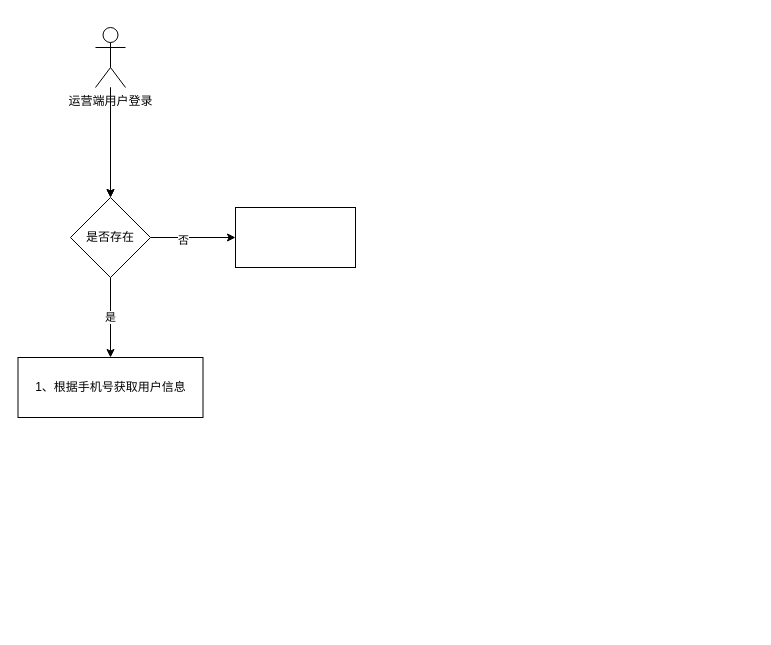
The draw.io diagram page "第 1 页" (1 of 2) of v-login.drawio in z-cloud-z/draw, before the edit. Source tidied: cells renumbered, new cells numbered last; positions are measured from the earlier drawing's top-left corner, leaving out a move shared by most shapes. Both pictures are drawn from the tidied source at 100%, with x=0, y=0 at pixel (17, 27).
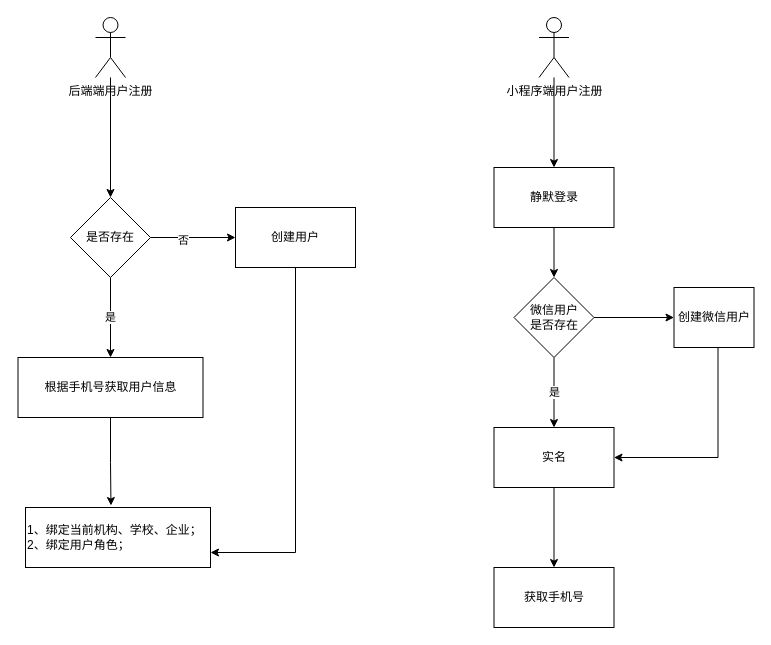
After the change.

Unchanged cells that the change refers to:
```xml
<mxCell id="8" value="是否存在" style="rhombus;whiteSpace=wrap;html=1;" parent="1" vertex="1">
  <mxGeometry x="53" y="170" width="80" height="80" as="geometry" />
</mxCell>
```

Change to the diagram source:
```diff
@@
-    <mxCell id="3" style="edgeStyle=orthogonalEdgeStyle;rounded=0;jettySize=auto;html=1;" parent="1" edge="1" source="4" target="8">
-      <mxGeometry relative="1" as="geometry" />
-    </mxCell>
-    <mxCell id="4" value="运营端用户登录" style="shape=umlActor;verticalLabelPosition=bottom;verticalAlign=top;html=1;outlineConnect=0;" parent="1" vertex="1">
-      <mxGeometry x="78" width="30" height="60" as="geometry" />
+    <mxCell id="4" value="后端端用户注册" style="shape=umlActor;verticalLabelPosition=bottom;verticalAlign=top;html=1;outlineConnect=0;" parent="1" vertex="1">
+      <mxGeometry x="78" y="-10" width="30" height="60" as="geometry" />
     </mxCell>
@@
+    <mxCell id="11" style="edgeStyle=orthogonalEdgeStyle;rounded=0;jettySize=auto;html=1;entryX=1;entryY=0.75;entryDx=0;entryDy=0;" parent="1" edge="1" source="9" target="13">
+      <mxGeometry relative="1" as="geometry">
+        <Array as="points">
+          <mxPoint x="278" y="525" />
+        </Array>
+      </mxGeometry>
+    </mxCell>
-    <mxCell id="9" style="rounded=0;whiteSpace=wrap;html=1;" parent="1" vertex="1">
+    <mxCell id="9" value="创建用户" style="rounded=0;whiteSpace=wrap;html=1;" parent="1" vertex="1">
       <mxGeometry x="218" y="180" width="120" height="60" as="geometry" />
     </mxCell>
+    <mxCell id="12" style="edgeStyle=orthogonalEdgeStyle;rounded=0;jettySize=auto;html=1;entryX=0.462;entryY=-0.033;entryDx=0;entryDy=0;entryPerimeter=0;" parent="1" edge="1" source="10" target="13">
+      <mxGeometry relative="1" as="geometry" />
+    </mxCell>
-    <mxCell id="10" value="1、根据手机号获取用户信息" style="rounded=0;whiteSpace=wrap;html=1;" parent="1" vertex="1">
+    <mxCell id="10" value="根据手机号获取用户信息" style="rounded=0;whiteSpace=wrap;html=1;align=center;" parent="1" vertex="1">
       <mxGeometry x="0.5" y="330" width="185" height="60" as="geometry" />
     </mxCell>
+    <mxCell id="13" value="1、绑定当前机构、学校、企业；&lt;br&gt;2、绑定用户角色；" style="rounded=0;whiteSpace=wrap;html=1;align=left;" parent="1" vertex="1">
+      <mxGeometry x="8" y="480" width="185" height="60" as="geometry" />
+    </mxCell>
+    <mxCell id="14" style="edgeStyle=orthogonalEdgeStyle;rounded=0;jettySize=auto;html=1;" parent="1" edge="1" source="15" target="17">
+      <mxGeometry relative="1" as="geometry" />
+    </mxCell>
+    <mxCell id="15" value="小程序端用户注册" style="shape=umlActor;verticalLabelPosition=bottom;verticalAlign=top;html=1;outlineConnect=0;" parent="1" vertex="1">
+      <mxGeometry x="521.5" y="-10" width="30" height="60" as="geometry" />
+    </mxCell>
+    <mxCell id="16" style="edgeStyle=orthogonalEdgeStyle;rounded=0;jettySize=auto;html=1;" parent="1" edge="1" source="17" target="20">
+      <mxGeometry relative="1" as="geometry" />
+    </mxCell>
+    <mxCell id="17" value="静默登录" style="rounded=0;whiteSpace=wrap;html=1;" parent="1" vertex="1">
+      <mxGeometry x="476.5" y="140" width="120" height="60" as="geometry" />
+    </mxCell>
+    <mxCell id="18" value="是" style="edgeStyle=orthogonalEdgeStyle;rounded=0;jettySize=auto;html=1;exitX=0.5;exitY=1;exitDx=0;exitDy=0;entryX=0.5;entryY=0;entryDx=0;entryDy=0;" parent="1" edge="1" source="20" target="22">
+      <mxGeometry relative="1" as="geometry" />
+    </mxCell>
+    <mxCell id="19" style="edgeStyle=orthogonalEdgeStyle;rounded=0;jettySize=auto;html=1;exitX=1;exitY=0.5;exitDx=0;exitDy=0;entryX=0;entryY=0.5;entryDx=0;entryDy=0;" parent="1" edge="1" source="20" target="24">
+      <mxGeometry relative="1" as="geometry" />
+    </mxCell>
+    <mxCell id="20" value="微信用户&lt;br&gt;是否存在" style="rhombus;whiteSpace=wrap;html=1;" parent="1" vertex="1">
+      <mxGeometry x="496.5" y="250" width="80" height="80" as="geometry" />
+    </mxCell>
+    <mxCell id="21" style="edgeStyle=orthogonalEdgeStyle;rounded=0;jettySize=auto;html=1;" parent="1" edge="1" source="22" target="25">
+      <mxGeometry relative="1" as="geometry" />
+    </mxCell>
+    <mxCell id="22" value="实名" style="rounded=0;whiteSpace=wrap;html=1;" parent="1" vertex="1">
+      <mxGeometry x="476.5" y="400" width="120" height="60" as="geometry" />
+    </mxCell>
+    <mxCell id="23" style="edgeStyle=orthogonalEdgeStyle;rounded=0;jettySize=auto;html=1;entryX=1;entryY=0.5;entryDx=0;entryDy=0;" parent="1" edge="1" source="24" target="22">
+      <mxGeometry relative="1" as="geometry">
+        <Array as="points">
+          <mxPoint x="700.5" y="430" />
+        </Array>
+      </mxGeometry>
+    </mxCell>
+    <mxCell id="24" value="创建微信用户" style="rounded=0;whiteSpace=wrap;html=1;" parent="1" vertex="1">
+      <mxGeometry x="656.5" y="260" width="80" height="60" as="geometry" />
+    </mxCell>
+    <mxCell id="25" value="获取手机号" style="whiteSpace=wrap;html=1;rounded=0;" parent="1" vertex="1">
+      <mxGeometry x="476.5" y="540" width="120" height="60" as="geometry" />
+    </mxCell>
```
